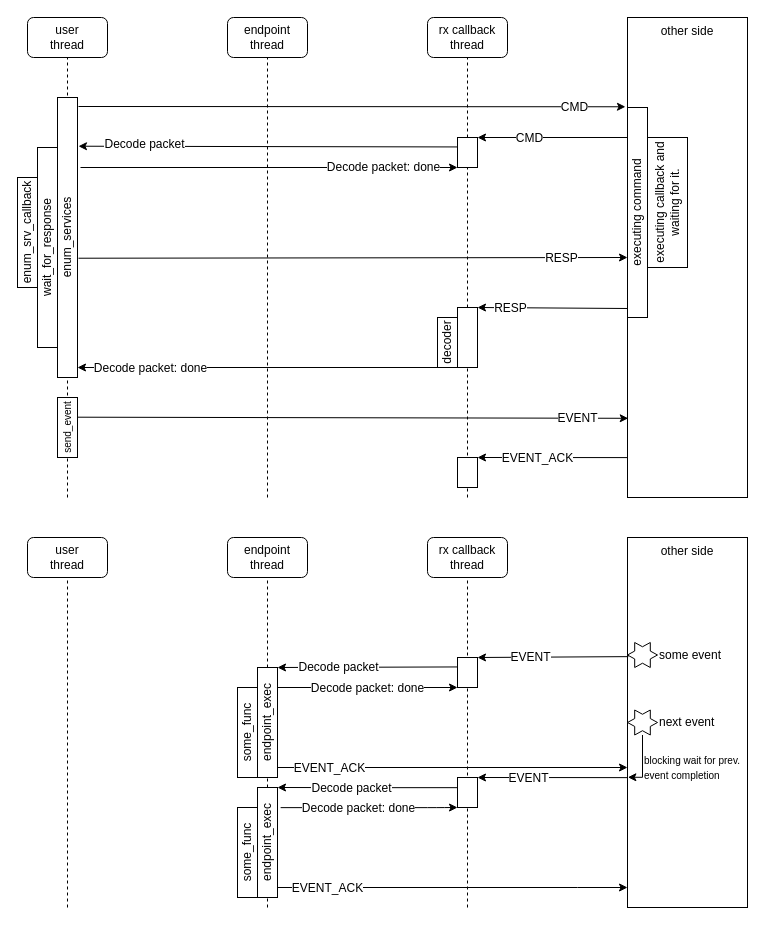
Earlier version of the draw.io diagram No memory copy concept.drawio (doki-nordic/draw.io). Source tidied: cells renumbered, new cells numbered last; positions are measured from the earlier drawing's top-left corner, leaving out a move shared by most shapes. Both pictures are drawn from the tidied source at 100%, with x=0, y=0 at pixel (17, 17).
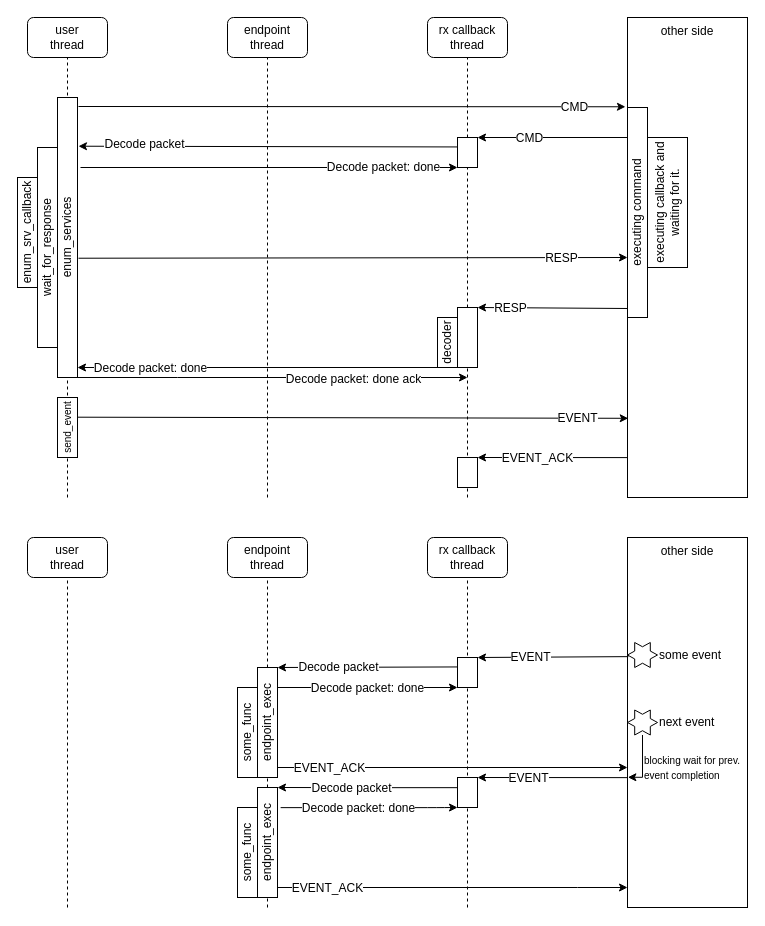
The same page after the edit.

Unchanged cells that the change refers to:
```xml
<mxCell id="13" value="enum_services" style="rounded=0;whiteSpace=wrap;html=1;horizontal=0;" parent="1" vertex="1">
  <mxGeometry x="40" y="80" width="20" height="280" as="geometry" />
</mxCell>
```

The edit, as a diff of the source:
```diff
@@
+    <mxCell id="72" style="edgeStyle=orthogonalEdgeStyle;rounded=0;jettySize=auto;html=1;exitX=1;exitY=1;exitDx=0;exitDy=0;" parent="1" edge="1" source="13">
+      <mxGeometry relative="1" as="geometry">
+        <mxPoint x="450" y="360" as="targetPoint" />
+        <Array as="points">
+          <mxPoint x="160" y="360" />
+          <mxPoint x="160" y="360" />
+        </Array>
+      </mxGeometry>
+    </mxCell>
+    <mxCell id="73" value="Decode packet: done ack" style="text;html=1;align=center;verticalAlign=middle;labelBackgroundColor=#ffffff;" parent="72" vertex="1">
+      <mxGeometry x="0.41" y="-1" relative="1" as="geometry" />
+    </mxCell>
```
